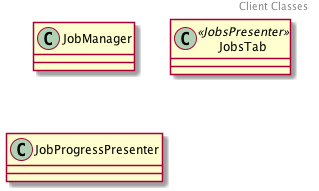
The PlantUML diagram gwt_classes.png in gtritchie/uml, before a commit. Source of this version:
```plantuml
@startuml
header
Client Classes
endheader

class JobManager {
}

class JobsTab<< JobsPresenter >> {
}

class JobProgressPresenter {
}

@enduml
```
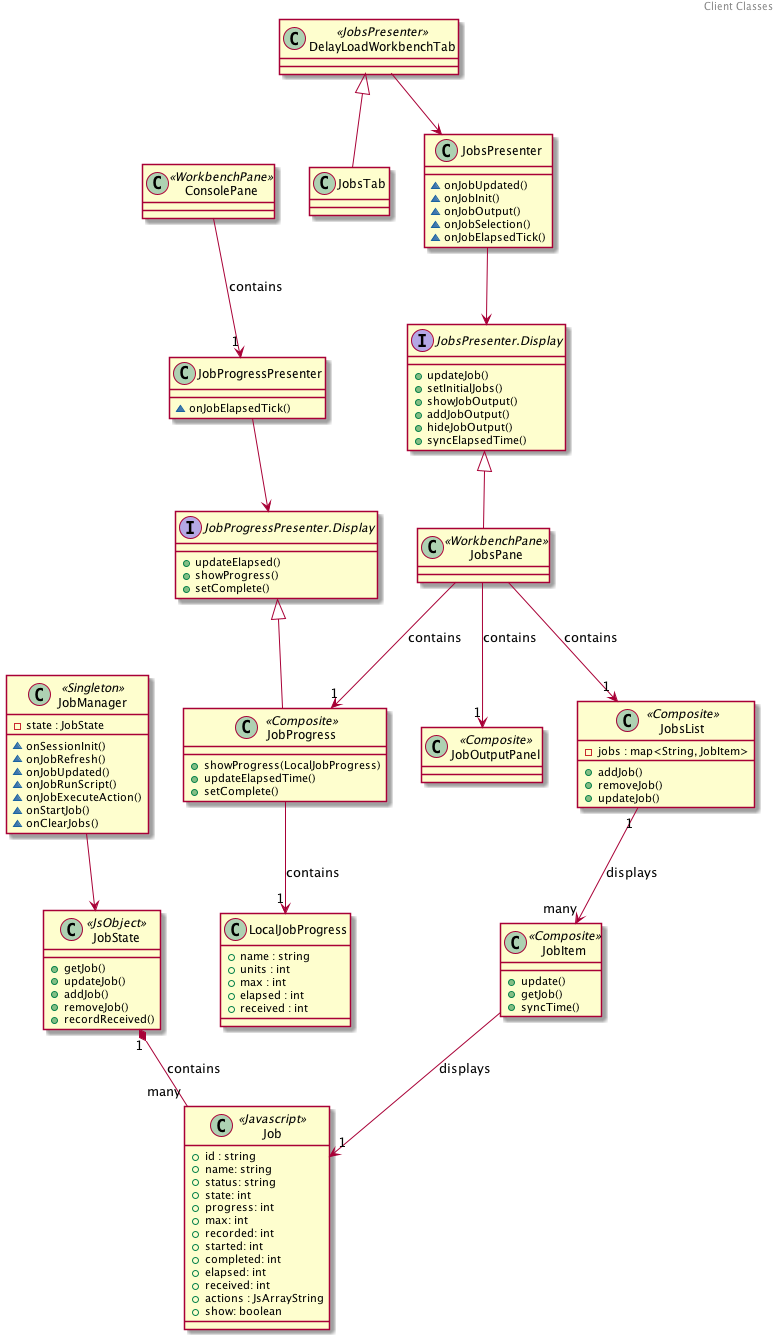
Above is the later version.

Commit message:
filled in details on Gwt Jobs classes

What changed in the source:
```diff
@@ -3,13 +3,129 @@
 Client Classes
 endheader
 
-class JobManager {
+class Job<< Javascript >> {
+    +id : string
+    +name: string
+    +status: string
+    +state: int
+    +progress: int
+    +max: int
+    +recorded: int
+    +started: int
+    +completed: int
+    +elapsed: int
+    +received: int
+    +actions : JsArrayString
+    +show: boolean
 }
 
-class JobsTab<< JobsPresenter >> {
+class JobManager<< Singleton >> {
+    -state : JobState
+    ~onSessionInit()
+    ~onJobRefresh()
+    ~onJobUpdated()
+    ~onJobRunScript()
+    ~onJobExecuteAction()
+    ~onStartJob()
+    ~onClearJobs()
 }
 
-class JobProgressPresenter {
+class LocalJobProgress {
+    +name : string
+    +units : int
+    +max : int
+    +elapsed : int
+    +received : int
 }
 
+DelayLoadWorkbenchTab<< JobsPresenter >>
+class JobsTab
+DelayLoadWorkbenchTab <|-- JobsTab
+DelayLoadWorkbenchTab --> JobsPresenter
+class JobProgressPresenter {
+   ~onJobElapsedTick()
+}
+
+class JobProgress<< Composite >> {
+    +showProgress(LocalJobProgress)
+    +updateElapsedTime()
+    +setComplete()
+}
+
+JobProgress --> "1" LocalJobProgress : contains
+
+class JobsPresenter {
+   ~onJobUpdated()
+   ~onJobInit()
+   ~onJobOutput()
+   ~onJobSelection()
+   ~onJobElapsedTick()
+}
+
+interface JobsPresenter.Display {
+    +updateJob()
+    +setInitialJobs()
+    +showJobOutput()
+    +addJobOutput()
+    +hideJobOutput()
+    +syncElapsedTime()
+}
+
+JobsPresenter --> JobsPresenter.Display
+
+class JobOutputPanel<< Composite >> {
+}
+
+class ConsolePane<< WorkbenchPane >> {
+}
+
+ConsolePane --> "1" JobProgressPresenter : contains
+
+class JobsPane<< WorkbenchPane >> {
+
+}
+
+JobsPane --> "1" JobOutputPanel : contains
+JobsPane --> "1" JobsList : contains
+JobsPane --> "1" JobProgress : contains
+
+JobsPresenter.Display <|-- JobsPane
+
+interface JobProgressPresenter.Display {
+    + updateElapsed()
+    + showProgress()
+    + setComplete()
+}
+
+JobProgressPresenter.Display <|-- JobProgress
+
+JobProgressPresenter --> JobProgressPresenter.Display
+
+class JobState<< JsObject >> {
+   +getJob()
+   +updateJob()
+   +addJob()
+   +removeJob()
+   +recordReceived()
+}
+
+JobManager --> JobState
+JobState "1" *-- "many" Job : contains
+
+class JobsList<< Composite >> {
+   -jobs : map<String, JobItem>
+   +addJob()
+   +removeJob()
+   +updateJob()
+}
+
+class JobItem<< Composite >> {
+   +update()
+   +getJob()
+   +syncTime()
+}
+
+JobItem --> "1" Job : displays
+JobsList "1" --> "many" JobItem : displays
+
 @enduml
```
